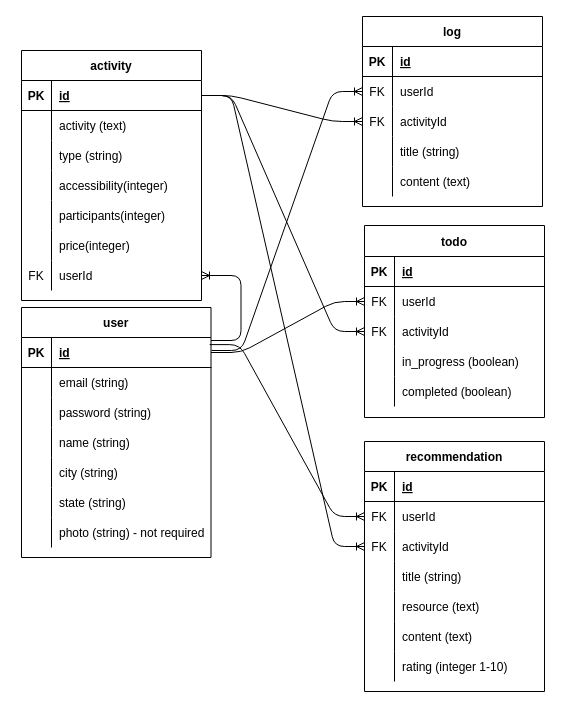
Earlier version of the draw.io diagram ERD.drawio (valerieyang00/Project-2). Source tidied: cells renumbered, new cells numbered last; positions are measured from the earlier drawing's top-left corner, leaving out a move shared by most shapes. Both pictures are drawn from the tidied source at 100%, with x=0, y=0 at pixel (21, 16).
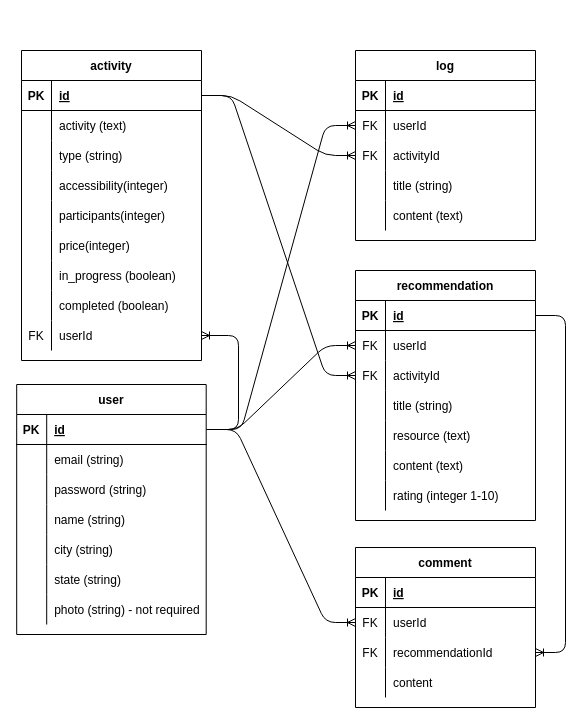
Above is the later version.

Unchanged cells that the change refers to:
```xml
<mxCell id="3" style="shape=partialRectangle;fillColor=none;top=0;left=0;bottom=1;right=0;points=[[0,0.5],[1,0.5]];portConstraint=eastwest;" parent="2" vertex="1">
  <mxGeometry y="30" width="189.5" height="30" as="geometry" />
</mxCell>
<mxCell id="41" style="shape=partialRectangle;fillColor=none;top=0;left=0;bottom=1;right=0;points=[[0,0.5],[1,0.5]];portConstraint=eastwest;" parent="40" vertex="1">
  <mxGeometry y="30" width="180" height="30" as="geometry" />
</mxCell>
<mxCell id="66" style="shape=partialRectangle;fillColor=none;top=0;left=0;bottom=0;right=0;points=[[0,0.5],[1,0.5]];portConstraint=eastwest;" parent="62" vertex="1">
  <mxGeometry y="60" width="180" height="30" as="geometry" />
</mxCell>
<mxCell id="79" style="shape=partialRectangle;fillColor=none;top=0;left=0;bottom=1;right=0;points=[[0,0.5],[1,0.5]];portConstraint=eastwest;" parent="78" vertex="1">
  <mxGeometry y="30" width="180" height="30" as="geometry" />
</mxCell>
<mxCell id="82" style="shape=partialRectangle;fillColor=none;top=0;left=0;bottom=0;right=0;points=[[0,0.5],[1,0.5]];portConstraint=eastwest;" parent="78" vertex="1">
  <mxGeometry y="60" width="180" height="30" as="geometry" />
</mxCell>
```

Change to the diagram source:
```diff
@@
     <mxCell id="2" value="user" style="shape=table;startSize=30;childLayout=tableLayout;rowLines=0;fontStyle=1;align=center;" parent="1" vertex="1">
-      <mxGeometry y="291" width="189.5" height="250" as="geometry" />
+      <mxGeometry x="-4.8" y="368" width="189.5" height="250" as="geometry" />
     </mxCell>
@@
-    <mxCell id="24" value="todo" style="shape=table;startSize=31;childLayout=tableLayout;rowLines=0;fontStyle=1;align=center;" parent="1" vertex="1">
-      <mxGeometry x="343" y="209" width="180" height="192" as="geometry" />
-    </mxCell>
-    <mxCell id="25" style="shape=partialRectangle;fillColor=none;top=0;left=0;bottom=1;right=0;" parent="24" vertex="1">
-      <mxGeometry y="31" width="180" height="30" as="geometry" />
-    </mxCell>
-    <mxCell id="26" value="PK" style="shape=partialRectangle;fillColor=none;top=0;left=0;bottom=0;right=0;fontStyle=1;overflow=hidden;" parent="25" vertex="1">
-      <mxGeometry width="30" height="30" as="geometry" />
-    </mxCell>
-    <mxCell id="27" value="id" style="shape=partialRectangle;fillColor=none;top=0;left=0;bottom=0;right=0;align=left;spacingLeft=6;fontStyle=5;overflow=hidden;" parent="25" vertex="1">
-      <mxGeometry x="30" width="150" height="30" as="geometry" />
-    </mxCell>
-    <mxCell id="28" style="shape=partialRectangle;fillColor=none;top=0;left=0;bottom=0;right=0;points=[[0,0.5],[1,0.5]];portConstraint=eastwest;" parent="24" vertex="1">
-      <mxGeometry y="61" width="180" height="30" as="geometry" />
-    </mxCell>
-    <mxCell id="29" value="FK" style="shape=partialRectangle;fillColor=none;top=0;left=0;bottom=0;right=0;overflow=hidden;" parent="28" vertex="1">
-      <mxGeometry width="30" height="30" as="geometry" />
-    </mxCell>
-    <mxCell id="30" value="userId" style="shape=partialRectangle;fillColor=none;top=0;left=0;bottom=0;right=0;align=left;spacingLeft=6;overflow=hidden;" parent="28" vertex="1">
-      <mxGeometry x="30" width="150" height="30" as="geometry" />
-    </mxCell>
-    <mxCell id="31" style="shape=partialRectangle;fillColor=none;top=0;left=0;bottom=0;right=0;points=[[0,0.5],[1,0.5]];portConstraint=eastwest;" parent="24" vertex="1">
-      <mxGeometry y="91" width="180" height="30" as="geometry" />
-    </mxCell>
-    <mxCell id="32" value="FK" style="shape=partialRectangle;fillColor=none;top=0;left=0;bottom=0;right=0;overflow=hidden;" parent="31" vertex="1">
-      <mxGeometry width="30" height="30" as="geometry" />
-    </mxCell>
-    <mxCell id="33" value="activityId" style="shape=partialRectangle;fillColor=none;top=0;left=0;bottom=0;right=0;align=left;spacingLeft=6;overflow=hidden;" parent="31" vertex="1">
-      <mxGeometry x="30" width="150" height="30" as="geometry" />
-    </mxCell>
-    <mxCell id="34" style="shape=partialRectangle;fillColor=none;top=0;left=0;bottom=0;right=0;" parent="24" vertex="1">
-      <mxGeometry y="121" width="180" height="30" as="geometry" />
-    </mxCell>
-    <mxCell id="35" style="shape=partialRectangle;fillColor=none;top=0;left=0;bottom=0;right=0;overflow=hidden;" parent="34" vertex="1">
-      <mxGeometry width="30" height="30" as="geometry" />
-    </mxCell>
-    <mxCell id="36" value="in_progress (boolean)" style="shape=partialRectangle;fillColor=none;top=0;left=0;bottom=0;right=0;align=left;spacingLeft=6;overflow=hidden;" parent="34" vertex="1">
-      <mxGeometry x="30" width="150" height="30" as="geometry" />
-    </mxCell>
-    <mxCell id="37" style="shape=partialRectangle;fillColor=none;top=0;left=0;bottom=0;right=0;" parent="24" vertex="1">
-      <mxGeometry y="151" width="180" height="30" as="geometry" />
-    </mxCell>
-    <mxCell id="38" style="shape=partialRectangle;fillColor=none;top=0;left=0;bottom=0;right=0;overflow=hidden;" parent="37" vertex="1">
-      <mxGeometry width="30" height="30" as="geometry" />
-    </mxCell>
-    <mxCell id="39" value="completed (boolean)" style="shape=partialRectangle;fillColor=none;top=0;left=0;bottom=0;right=0;align=left;spacingLeft=6;overflow=hidden;" parent="37" vertex="1">
-      <mxGeometry x="30" width="150" height="30" as="geometry" />
-    </mxCell>
     <mxCell id="40" value="activity" style="shape=table;startSize=30;childLayout=tableLayout;rowLines=0;fontStyle=1;align=center;" parent="1" vertex="1">
-      <mxGeometry y="34" width="180" height="250" as="geometry" />
+      <mxGeometry y="34" width="180" height="310" as="geometry" />
     </mxCell>
@@
+    <mxCell id="107" style="shape=partialRectangle;fillColor=none;top=0;left=0;bottom=0;right=0;" parent="40" vertex="1">
+      <mxGeometry y="210" width="180" height="30" as="geometry" />
+    </mxCell>
+    <mxCell id="108" style="shape=partialRectangle;fillColor=none;top=0;left=0;bottom=0;right=0;overflow=hidden;" parent="107" vertex="1">
+      <mxGeometry width="30" height="30" as="geometry" />
+    </mxCell>
+    <mxCell id="36" value="in_progress (boolean)" style="shape=partialRectangle;fillColor=none;top=0;left=0;bottom=0;right=0;align=left;spacingLeft=6;overflow=hidden;" parent="107" vertex="1">
+      <mxGeometry x="30" width="150" height="30" as="geometry" />
+    </mxCell>
+    <mxCell id="109" style="shape=partialRectangle;fillColor=none;top=0;left=0;bottom=0;right=0;" parent="40" vertex="1">
+      <mxGeometry y="240" width="180" height="30" as="geometry" />
+    </mxCell>
+    <mxCell id="110" style="shape=partialRectangle;fillColor=none;top=0;left=0;bottom=0;right=0;overflow=hidden;" parent="109" vertex="1">
+      <mxGeometry width="30" height="30" as="geometry" />
+    </mxCell>
+    <mxCell id="39" value="completed (boolean)" style="shape=partialRectangle;fillColor=none;top=0;left=0;bottom=0;right=0;align=left;spacingLeft=6;overflow=hidden;" parent="109" vertex="1">
+      <mxGeometry x="30" width="150" height="30" as="geometry" />
+    </mxCell>
     <mxCell id="59" style="shape=partialRectangle;fillColor=none;top=0;left=0;bottom=0;right=0;points=[[0,0.5],[1,0.5]];portConstraint=eastwest;" parent="40" vertex="1">
-      <mxGeometry y="210" width="180" height="30" as="geometry" />
+      <mxGeometry y="270" width="180" height="30" as="geometry" />
     </mxCell>
@@
     <mxCell id="62" value="log" style="shape=table;startSize=30;childLayout=tableLayout;rowLines=0;fontStyle=1;align=center;" parent="1" vertex="1">
-      <mxGeometry x="341" width="180" height="190" as="geometry" />
+      <mxGeometry x="334" y="34" width="180" height="190" as="geometry" />
     </mxCell>
@@
     <mxCell id="78" value="recommendation" style="shape=table;startSize=30;childLayout=tableLayout;rowLines=0;fontStyle=1;align=center;" parent="1" vertex="1">
-      <mxGeometry x="343" y="425" width="180" height="250" as="geometry" />
+      <mxGeometry x="334" y="254" width="180" height="250" as="geometry" />
     </mxCell>
@@
-    <mxCell id="101" style="edgeStyle=entityRelationEdgeStyle;fontSize=12;html=1;endArrow=ERoneToMany;entryX=0;entryY=0.5;entryDx=0;entryDy=0;exitX=1;exitY=0.5;exitDx=0;exitDy=0;" parent="1" edge="1" source="41" target="31">
-      <mxGeometry relative="1" as="geometry" />
-    </mxCell>
@@
     <mxCell id="103" style="edgeStyle=entityRelationEdgeStyle;fontSize=12;html=1;endArrow=ERoneToMany;entryX=0;entryY=0.5;entryDx=0;entryDy=0;" parent="1" edge="1" target="66">
       <mxGeometry relative="1" as="geometry">
-        <mxPoint x="190" y="334" as="sourcePoint" />
+        <mxPoint x="190" y="413" as="sourcePoint" />
       </mxGeometry>
     </mxCell>
-    <mxCell id="104" style="edgeStyle=entityRelationEdgeStyle;fontSize=12;html=1;endArrow=ERoneToMany;entryX=0;entryY=0.5;entryDx=0;entryDy=0;exitX=1;exitY=0.5;exitDx=0;exitDy=0;" parent="1" edge="1" source="3" target="28">
-      <mxGeometry relative="1" as="geometry" />
-    </mxCell>
-    <mxCell id="105" style="edgeStyle=entityRelationEdgeStyle;fontSize=12;html=1;endArrow=ERoneToMany;entryX=0;entryY=0.5;entryDx=0;entryDy=0;exitX=0.993;exitY=0.237;exitDx=0;exitDy=0;exitPerimeter=0;" parent="1" edge="1" source="3" target="82">
-      <mxGeometry relative="1" as="geometry" />
+    <mxCell id="105" style="edgeStyle=entityRelationEdgeStyle;fontSize=12;html=1;endArrow=ERoneToMany;entryX=0;entryY=0.5;entryDx=0;entryDy=0;" parent="1" edge="1" target="82">
+      <mxGeometry relative="1" as="geometry">
+        <mxPoint x="186" y="413" as="sourcePoint" />
+      </mxGeometry>
     </mxCell>
     <mxCell id="106" style="edgeStyle=entityRelationEdgeStyle;fontSize=12;html=1;endArrow=ERoneToMany;" parent="1" edge="1" target="59">
       <mxGeometry relative="1" as="geometry">
-        <mxPoint x="189.5" y="324" as="sourcePoint" />
+        <mxPoint x="187" y="413" as="sourcePoint" />
       </mxGeometry>
     </mxCell>
+    <mxCell id="111" value="comment" style="shape=table;startSize=30;childLayout=tableLayout;rowLines=0;fontStyle=1;align=center;" parent="1" vertex="1">
+      <mxGeometry x="334" y="531" width="180" height="160" as="geometry" />
+    </mxCell>
+    <mxCell id="112" style="shape=partialRectangle;fillColor=none;top=0;left=0;bottom=1;right=0;" parent="111" vertex="1">
+      <mxGeometry y="30" width="180" height="30" as="geometry" />
+    </mxCell>
+    <mxCell id="26" value="PK" style="shape=partialRectangle;fillColor=none;top=0;left=0;bottom=0;right=0;fontStyle=1;overflow=hidden;" parent="112" vertex="1">
+      <mxGeometry width="30" height="30" as="geometry" />
+    </mxCell>
+    <mxCell id="27" value="id" style="shape=partialRectangle;fillColor=none;top=0;left=0;bottom=0;right=0;align=left;spacingLeft=6;fontStyle=5;overflow=hidden;" parent="112" vertex="1">
+      <mxGeometry x="30" width="150" height="30" as="geometry" />
+    </mxCell>
+    <mxCell id="113" style="shape=partialRectangle;fillColor=none;top=0;left=0;bottom=0;right=0;points=[[0,0.5],[1,0.5]];portConstraint=eastwest;" parent="111" vertex="1">
+      <mxGeometry y="60" width="180" height="30" as="geometry" />
+    </mxCell>
+    <mxCell id="114" value="FK" style="shape=partialRectangle;fillColor=none;top=0;left=0;bottom=0;right=0;overflow=hidden;" parent="113" vertex="1">
+      <mxGeometry width="30" height="30" as="geometry" />
+    </mxCell>
+    <mxCell id="30" value="userId" style="shape=partialRectangle;fillColor=none;top=0;left=0;bottom=0;right=0;align=left;spacingLeft=6;overflow=hidden;" parent="113" vertex="1">
+      <mxGeometry x="30" width="150" height="30" as="geometry" />
+    </mxCell>
+    <mxCell id="115" style="shape=partialRectangle;fillColor=none;top=0;left=0;bottom=0;right=0;points=[[0,0.5],[1,0.5]];portConstraint=eastwest;" parent="111" vertex="1">
+      <mxGeometry y="90" width="180" height="30" as="geometry" />
+    </mxCell>
+    <mxCell id="116" value="FK" style="shape=partialRectangle;fillColor=none;top=0;left=0;bottom=0;right=0;overflow=hidden;" parent="115" vertex="1">
+      <mxGeometry width="30" height="30" as="geometry" />
+    </mxCell>
+    <mxCell id="117" value="recommendationId" style="shape=partialRectangle;fillColor=none;top=0;left=0;bottom=0;right=0;align=left;spacingLeft=6;overflow=hidden;" parent="115" vertex="1">
+      <mxGeometry x="30" width="150" height="30" as="geometry" />
+    </mxCell>
+    <mxCell id="118" style="shape=partialRectangle;fillColor=none;top=0;left=0;bottom=0;right=0;" parent="111" vertex="1">
+      <mxGeometry y="120" width="180" height="30" as="geometry" />
+    </mxCell>
+    <mxCell id="119" style="shape=partialRectangle;fillColor=none;top=0;left=0;bottom=0;right=0;overflow=hidden;" parent="118" vertex="1">
+      <mxGeometry width="30" height="30" as="geometry" />
+    </mxCell>
+    <mxCell id="120" value="content" style="shape=partialRectangle;fillColor=none;top=0;left=0;bottom=0;right=0;align=left;spacingLeft=6;overflow=hidden;" parent="118" vertex="1">
+      <mxGeometry x="30" width="150" height="30" as="geometry" />
+    </mxCell>
+    <mxCell id="121" style="edgeStyle=entityRelationEdgeStyle;fontSize=12;html=1;endArrow=ERoneToMany;entryX=0;entryY=0.5;entryDx=0;entryDy=0;" parent="1" edge="1" target="113">
+      <mxGeometry relative="1" as="geometry">
+        <mxPoint x="184.8" y="413" as="sourcePoint" />
+      </mxGeometry>
+    </mxCell>
+    <mxCell id="122" style="edgeStyle=entityRelationEdgeStyle;fontSize=12;html=1;endArrow=ERoneToMany;exitX=1;exitY=0.5;exitDx=0;exitDy=0;entryX=1;entryY=0.5;entryDx=0;entryDy=0;" parent="1" edge="1" source="79" target="115">
+      <mxGeometry relative="1" as="geometry" />
+    </mxCell>
```
